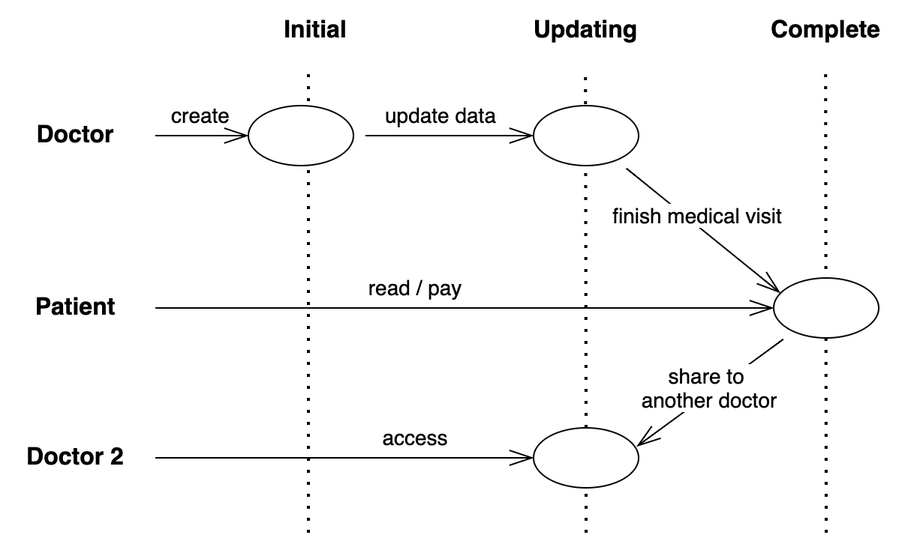
vinhnguyen/nd1309-supply-chain keeps this draw.io diagram as images/supply-chain.png. Above is the earlier version. Source tidied: cells renumbered, new cells last; positions are measured from the earlier drawing's top-left corner, leaving out a move shared by most shapes.
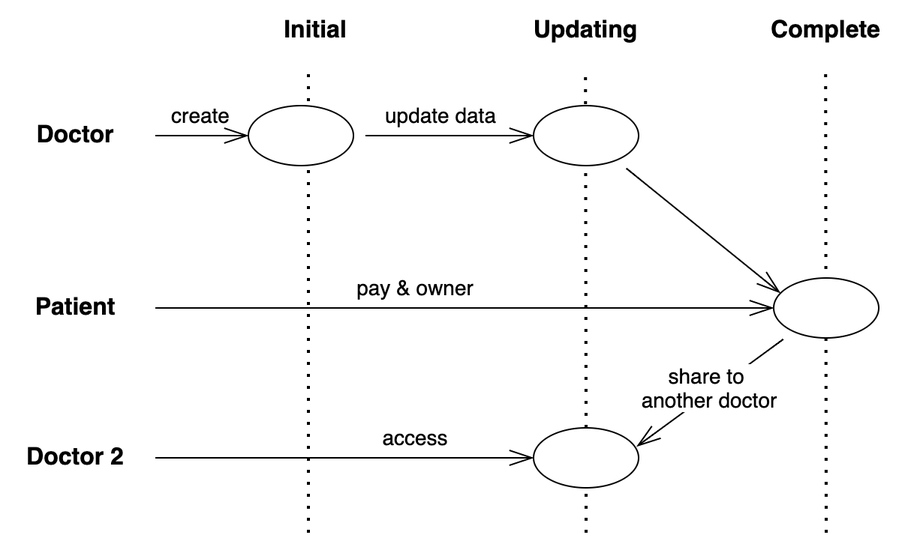
The same diagram one commit later.

The edit, as a diff of the source:
```diff
@@ -47,7 +47,7 @@
     <mxCell id="12" style="edgeStyle=none;curved=1;rounded=0;jettySize=auto;html=1;entryX=0;entryY=0.5;entryDx=0;entryDy=0;fontSize=14;endArrow=openThin;endFill=0;startSize=14;endSize=14;sourcePerimeterSpacing=8;targetPerimeterSpacing=8;" parent="1" edge="1" source="14" target="22">
       <mxGeometry relative="1" as="geometry" />
     </mxCell>
-    <mxCell id="13" value="read / pay" style="edgeLabel;html=1;align=center;verticalAlign=middle;fontSize=14;" parent="12" vertex="1">
+    <mxCell id="13" value="pay &amp;amp; owner" style="edgeLabel;html=1;align=center;verticalAlign=middle;fontSize=14;" parent="12" vertex="1">
       <mxGeometry x="-0.08" y="3" relative="1" as="geometry">
         <mxPoint x="-18" y="-12" as="offset" />
       </mxGeometry>
@@ -64,11 +64,6 @@
     <mxCell id="17" style="edgeStyle=none;curved=1;rounded=0;jettySize=auto;html=1;entryX=0.063;entryY=0.25;entryDx=0;entryDy=0;fontSize=16;endArrow=openThin;endFill=0;startSize=14;endSize=14;sourcePerimeterSpacing=8;targetPerimeterSpacing=8;entryPerimeter=0;" parent="1" edge="1" source="19" target="22">
       <mxGeometry relative="1" as="geometry" />
     </mxCell>
-    <mxCell id="18" value="finish medical visit" style="edgeLabel;html=1;align=center;verticalAlign=middle;fontSize=14;" parent="17" vertex="1">
-      <mxGeometry x="-0.3" y="2" relative="1" as="geometry">
-        <mxPoint x="10" y="3" as="offset" />
-      </mxGeometry>
-    </mxCell>
     <mxCell id="19" style="ellipse;whiteSpace=wrap;html=1;hachureGap=4;fontSize=16;" parent="1" vertex="1">
       <mxGeometry x="350" y="65" width="70" height="40" as="geometry" />
     </mxCell>
```
